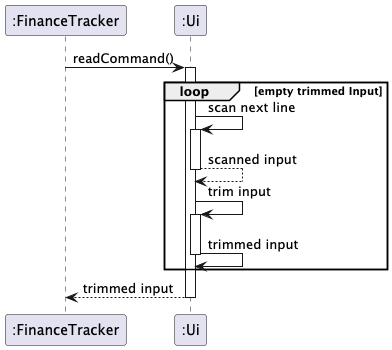
The PlantUML diagram docs/images/Ui_readCommandSequence.png in thienkimtranhoang/tp, before a commit.
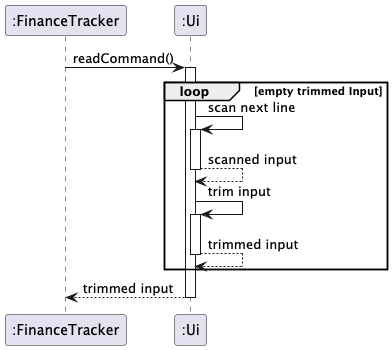
The same diagram one commit later.

Change to the diagram source:
```diff
@@ -8,7 +8,7 @@
     ui -> ui ++: scan next line
     ui --> ui --: scanned input
     ui -> ui ++: trim input
-    ui -> ui --: trimmed input
+    ui --> ui --: trimmed input
 end
 FinanceTracker <-- ui --: trimmed input
 @enduml
```
